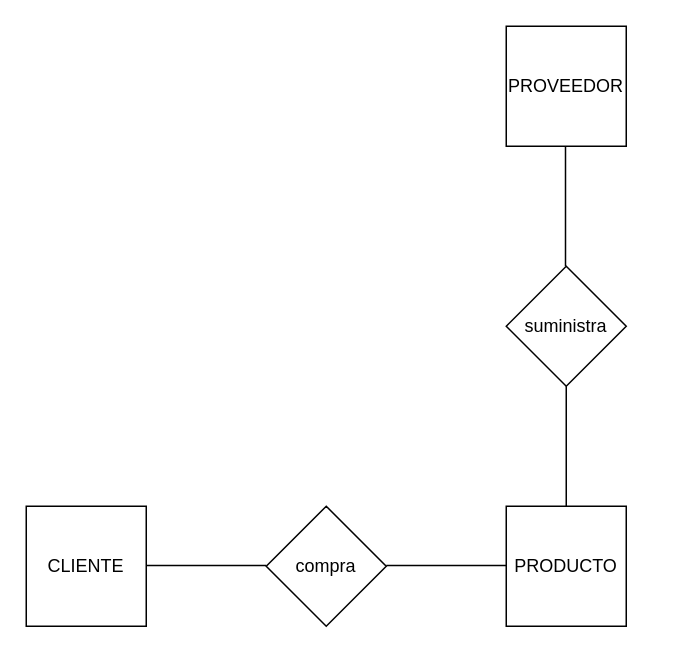
This is Diagrama sin título.drawio from endbel/VS, a draw.io file, before an edit. Source tidied: cells renumbered, new cells numbered last; positions are measured from the earlier drawing's top-left corner, leaving out a move shared by most shapes. Both pictures are drawn from the tidied source at 150%, with x=0, y=0 at pixel (26, 26).
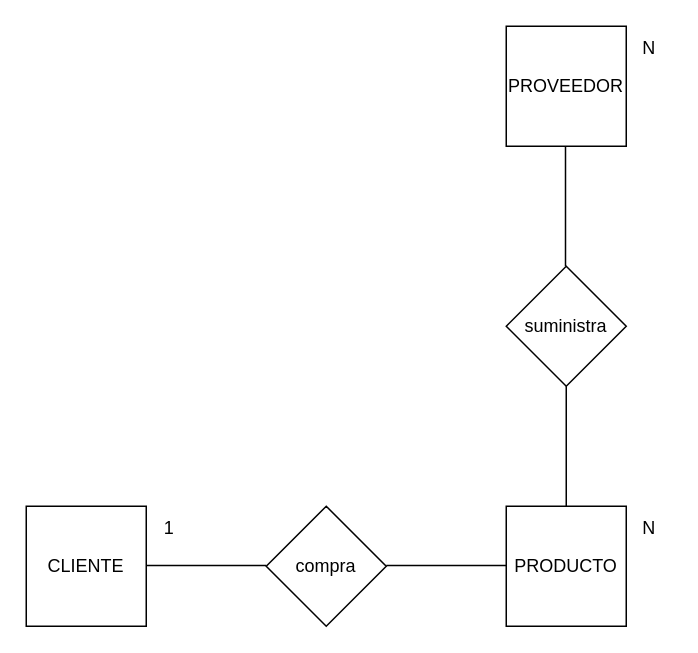
Above is the later version.

Commit message (it also covers changes not shown here):
clase 3 base de datos tup

Change to the diagram source:
```diff
@@
 <mxGraphModel>
   <root>
     <mxCell id="0" />
     <mxCell id="1" parent="0" />
     <mxCell id="2" value="CLIENTE" style="whiteSpace=wrap;html=1;" parent="1" vertex="1">
       <mxGeometry y="320" width="80" height="80" as="geometry" />
     </mxCell>
     <mxCell id="3" value="suministra" style="rhombus;whiteSpace=wrap;html=1;" parent="1" vertex="1">
       <mxGeometry x="320" y="160" width="80" height="80" as="geometry" />
     </mxCell>
     <mxCell id="4" value="PRODUCTO" style="whiteSpace=wrap;html=1;" parent="1" vertex="1">
       <mxGeometry x="320" y="320" width="80" height="80" as="geometry" />
     </mxCell>
     <mxCell id="5" value="PROVEEDOR" style="whiteSpace=wrap;html=1;" parent="1" vertex="1">
       <mxGeometry x="320" width="80" height="80" as="geometry" />
     </mxCell>
     <mxCell id="6" value="compra" style="rhombus;whiteSpace=wrap;html=1;" parent="1" vertex="1">
       <mxGeometry x="160" y="320" width="80" height="80" as="geometry" />
     </mxCell>
     <mxCell id="7" style="endArrow=none;html=1;rounded=0;entryX=0.5;entryY=0;entryDx=0;entryDy=0;exitX=0.5;exitY=1;exitDx=0;exitDy=0;" parent="1" edge="1" source="3" target="4">
       <mxGeometry relative="1" as="geometry" />
     </mxCell>
     <mxCell id="8" style="endArrow=none;html=1;rounded=0;entryX=0.5;entryY=0;entryDx=0;entryDy=0;exitX=0.5;exitY=1;exitDx=0;exitDy=0;" parent="1" edge="1">
       <mxGeometry relative="1" as="geometry">
         <mxPoint x="359.5" y="80" as="sourcePoint" />
         <mxPoint x="359.5" y="160" as="targetPoint" />
       </mxGeometry>
     </mxCell>
     <mxCell id="9" style="endArrow=none;html=1;rounded=0;entryX=0.5;entryY=0;entryDx=0;entryDy=0;" parent="1" edge="1">
       <mxGeometry relative="1" as="geometry">
         <mxPoint x="160" y="359.5" as="sourcePoint" />
         <mxPoint x="80" y="359.5" as="targetPoint" />
       </mxGeometry>
     </mxCell>
     <mxCell id="10" style="endArrow=none;html=1;rounded=0;entryX=0.5;entryY=0;entryDx=0;entryDy=0;" parent="1" edge="1">
       <mxGeometry relative="1" as="geometry">
         <mxPoint x="320" y="359.5" as="sourcePoint" />
         <mxPoint x="240" y="359.5" as="targetPoint" />
       </mxGeometry>
     </mxCell>
+    <mxCell id="11" value="N" style="text;html=1;align=center;verticalAlign=middle;strokeColor=none;fillColor=none;" parent="1" vertex="1">
+      <mxGeometry x="400" width="30" height="30" as="geometry" />
+    </mxCell>
+    <mxCell id="12" value="N" style="text;html=1;align=center;verticalAlign=middle;strokeColor=none;fillColor=none;" parent="1" vertex="1">
+      <mxGeometry x="400" y="320" width="30" height="30" as="geometry" />
+    </mxCell>
+    <mxCell id="13" value="1" style="text;html=1;align=center;verticalAlign=middle;strokeColor=none;fillColor=none;" parent="1" vertex="1">
+      <mxGeometry x="80" y="320" width="30" height="30" as="geometry" />
+    </mxCell>
   </root>
 </mxGraphModel>
```
